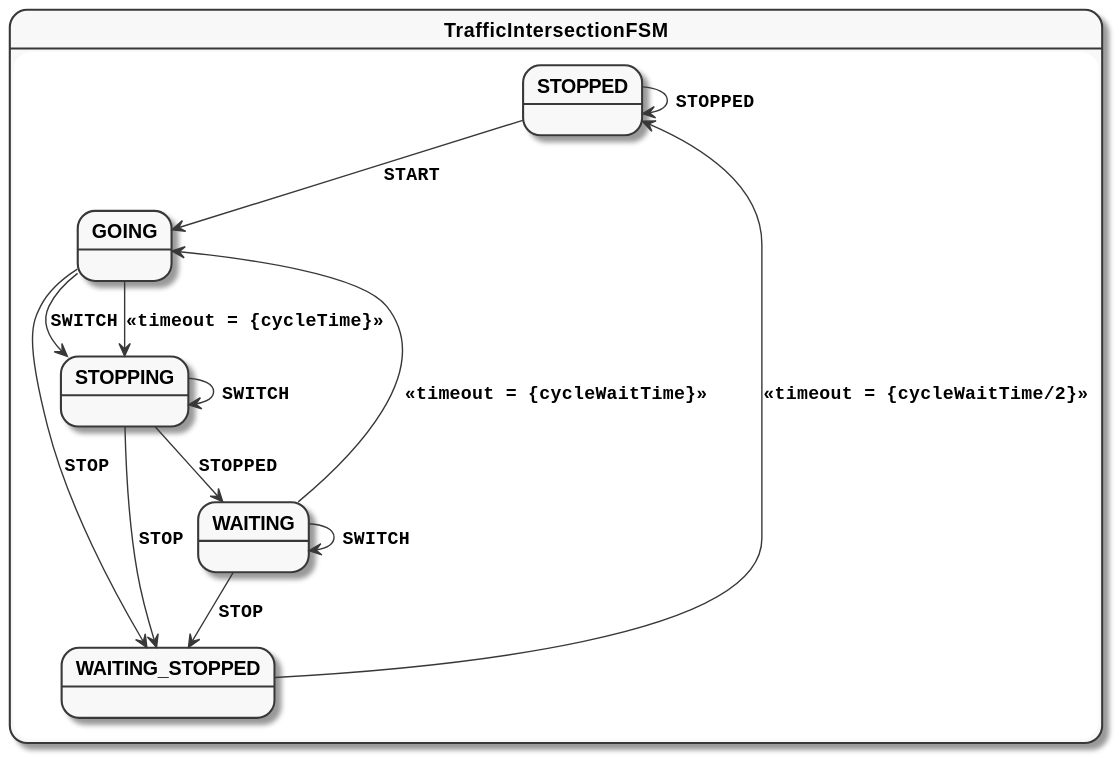
Before: traffic-intersection-simple.svg, a diagram exported from PlantUML (open-jumpco/kfsm-android-compose-traffic).
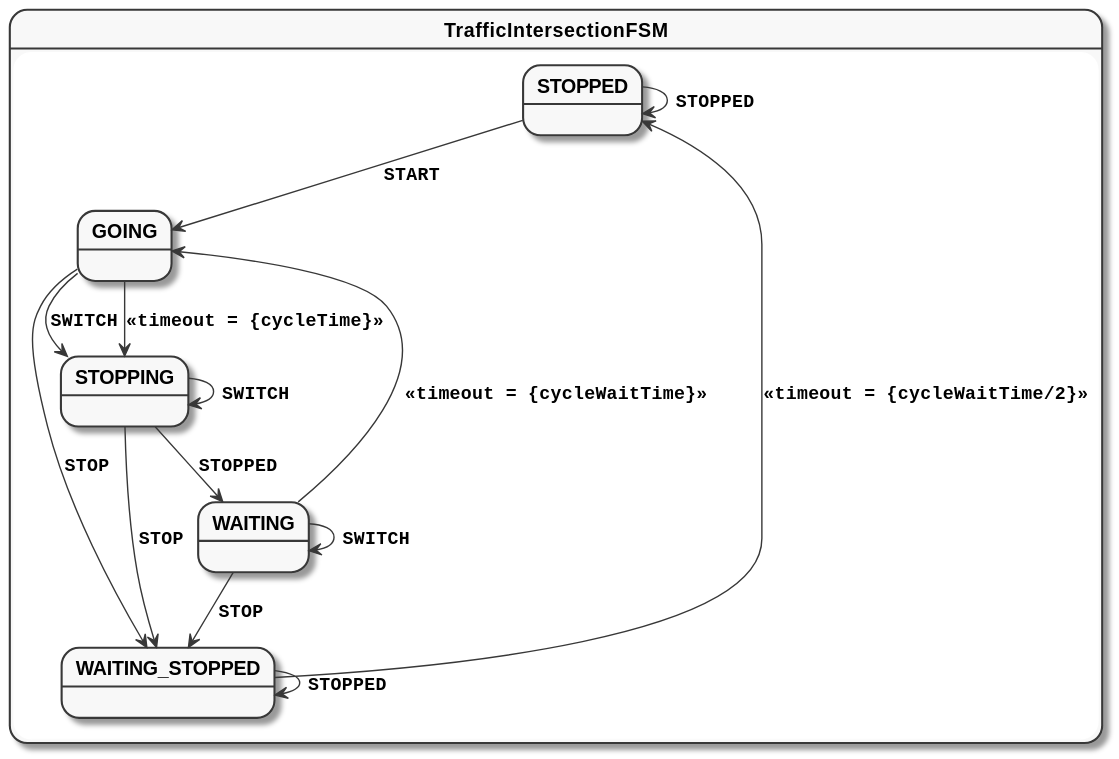
After the change.

What changed in the source:
```diff
@@ -20,5 +20,6 @@
 WAITING --> WAITING : SWITCH
 WAITING --> WAITING_STOPPED : STOP
 WAITING_STOPPED --> STOPPED : <<timeout = {cycleWaitTime/2}>>
+WAITING_STOPPED --> WAITING_STOPPED : STOPPED
 }
 @enduml
```
